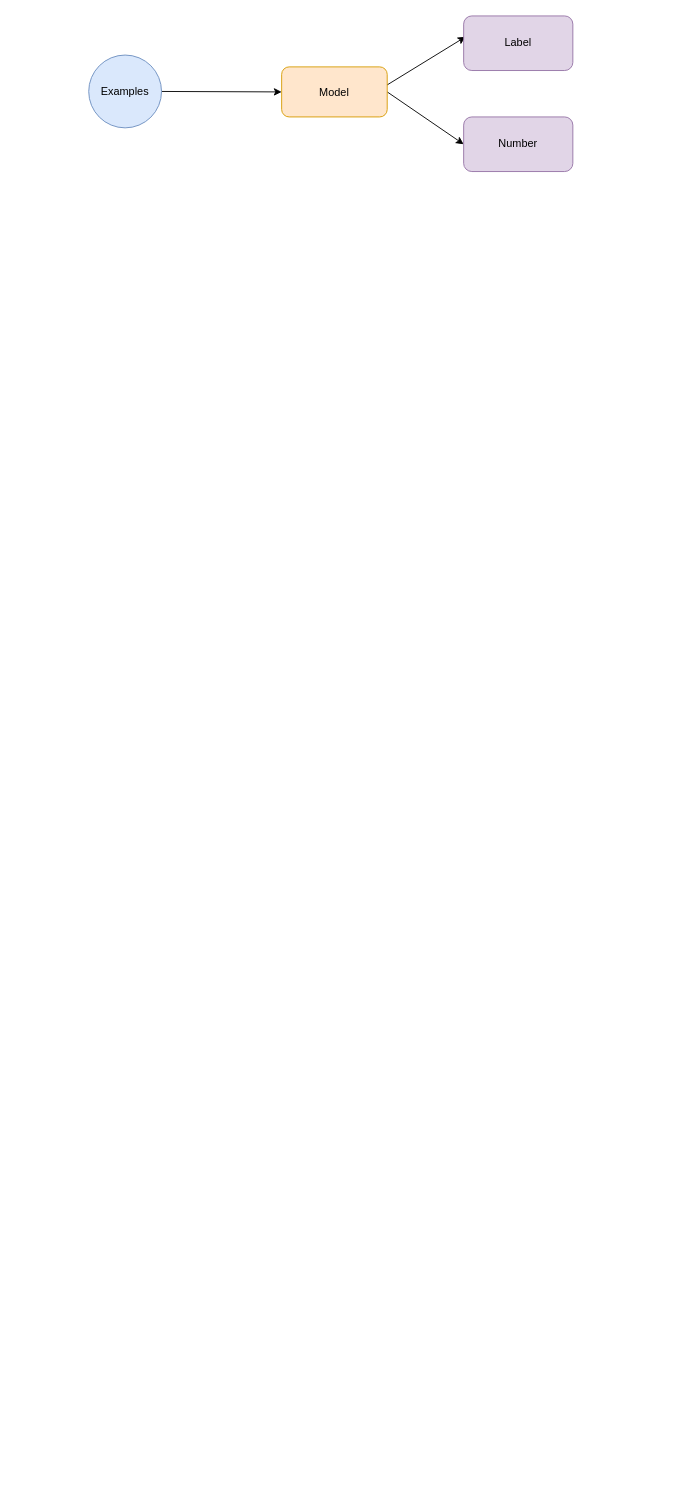
The draw.io diagram page "Page-6" (6 of 6) of Presentation.drawio in ashkrit/sketch, before the edit. Source tidied: cells renumbered, new cells numbered last; positions are measured from the earlier drawing's top-left corner, leaving out a move shared by most shapes. Both pictures are drawn from the tidied source at 91%, with x=0, y=0 at pixel (88, 15).
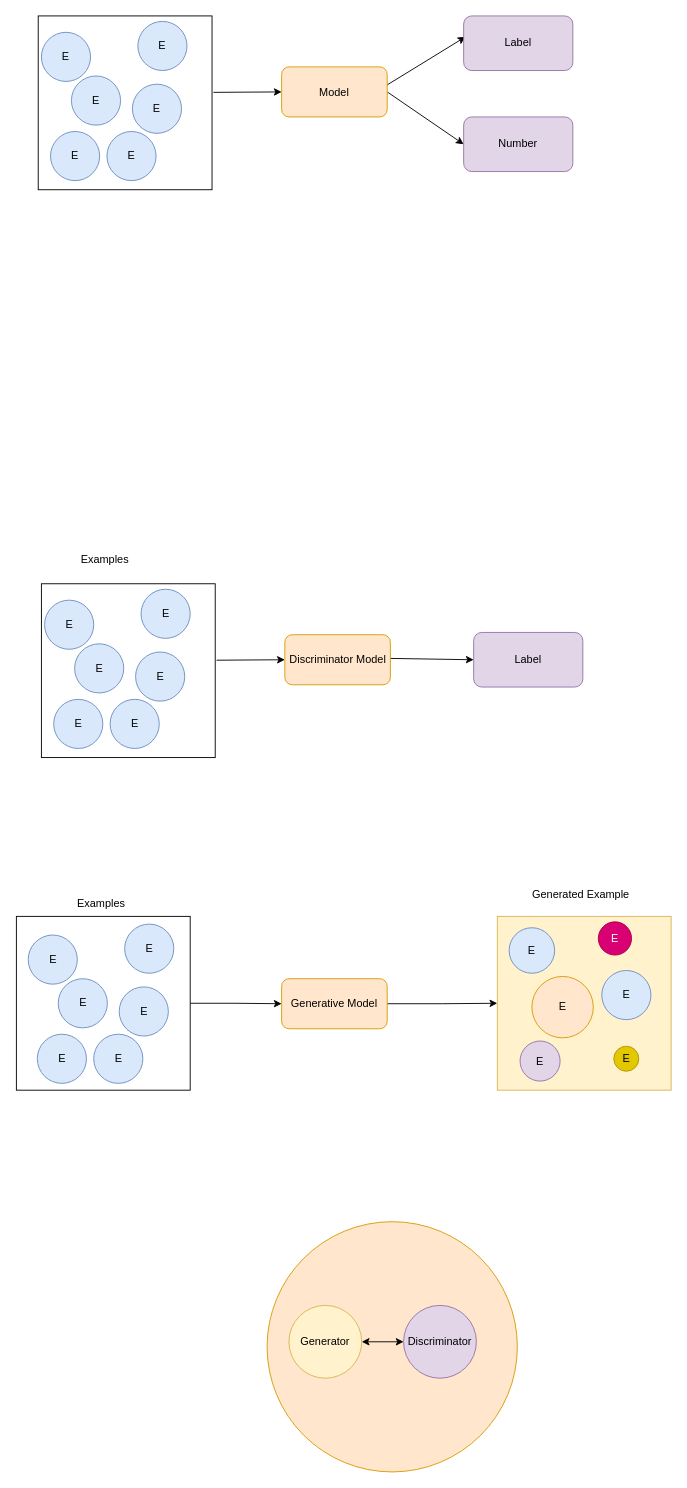
The same page after the edit.

Unchanged cells that the change refers to:
```xml
<mxCell id="4" value="Model" style="rounded=1;whiteSpace=wrap;html=1;fillColor=#ffe6cc;strokeColor=#d79b00;" parent="1" vertex="1">
  <mxGeometry x="212" y="56" width="116" height="55" as="geometry" />
</mxCell>
```

Change to the diagram source:
```diff
@@
+    <mxCell id="9" style="whiteSpace=wrap;html=1;" parent="1" vertex="1">
+      <mxGeometry x="-55.5" width="191" height="191" as="geometry" />
+    </mxCell>
@@
-    <mxCell id="5" style="rounded=0;jettySize=auto;html=1;entryX=0;entryY=0.5;entryDx=0;entryDy=0;" parent="1" edge="1" source="6" target="4">
-      <mxGeometry relative="1" as="geometry" />
+    <mxCell id="5" style="rounded=0;jettySize=auto;html=1;entryX=0;entryY=0.5;entryDx=0;entryDy=0;" parent="1" edge="1" target="4">
+      <mxGeometry relative="1" as="geometry">
+        <mxPoint x="137" y="84" as="sourcePoint" />
+      </mxGeometry>
     </mxCell>
-    <mxCell id="6" value="Examples" style="ellipse;whiteSpace=wrap;html=1;fillColor=#dae8fc;strokeColor=#6c8ebf;" parent="1" vertex="1">
-      <mxGeometry y="43" width="80" height="80" as="geometry" />
+    <mxCell id="6" value="E" style="ellipse;whiteSpace=wrap;html=1;fillColor=#dae8fc;strokeColor=#6c8ebf;" parent="1" vertex="1">
+      <mxGeometry x="-19" y="66" width="54" height="54" as="geometry" />
     </mxCell>
@@
+    <mxCell id="10" value="E" style="ellipse;whiteSpace=wrap;html=1;fillColor=#dae8fc;strokeColor=#6c8ebf;" parent="1" vertex="1">
+      <mxGeometry x="54" y="6" width="54" height="54" as="geometry" />
+    </mxCell>
+    <mxCell id="11" value="E" style="ellipse;whiteSpace=wrap;html=1;fillColor=#dae8fc;strokeColor=#6c8ebf;" parent="1" vertex="1">
+      <mxGeometry x="48" y="75" width="54" height="54" as="geometry" />
+    </mxCell>
+    <mxCell id="12" value="E" style="ellipse;whiteSpace=wrap;html=1;fillColor=#dae8fc;strokeColor=#6c8ebf;" parent="1" vertex="1">
+      <mxGeometry x="-52" y="18" width="54" height="54" as="geometry" />
+    </mxCell>
+    <mxCell id="13" value="E" style="ellipse;whiteSpace=wrap;html=1;fillColor=#dae8fc;strokeColor=#6c8ebf;" parent="1" vertex="1">
+      <mxGeometry x="20" y="127" width="54" height="54" as="geometry" />
+    </mxCell>
+    <mxCell id="14" value="E" style="ellipse;whiteSpace=wrap;html=1;fillColor=#dae8fc;strokeColor=#6c8ebf;" parent="1" vertex="1">
+      <mxGeometry x="-42" y="127" width="54" height="54" as="geometry" />
+    </mxCell>
+    <mxCell id="15" style="whiteSpace=wrap;html=1;" parent="1" vertex="1">
+      <mxGeometry x="-52" y="624" width="191" height="191" as="geometry" />
+    </mxCell>
+    <mxCell id="16" style="rounded=0;jettySize=auto;html=1;entryX=0;entryY=0.5;entryDx=0;entryDy=0;exitX=0.983;exitY=0.382;exitDx=0;exitDy=0;exitPerimeter=0;" parent="1" edge="1" target="20">
+      <mxGeometry relative="1" as="geometry">
+        <mxPoint x="329.5" y="706" as="sourcePoint" />
+      </mxGeometry>
+    </mxCell>
+    <mxCell id="17" value="Discriminator Model" style="rounded=1;whiteSpace=wrap;html=1;fillColor=#ffe6cc;strokeColor=#d79b00;" parent="1" vertex="1">
+      <mxGeometry x="215.5" y="680" width="116" height="55" as="geometry" />
+    </mxCell>
+    <mxCell id="18" style="rounded=0;jettySize=auto;html=1;entryX=0;entryY=0.5;entryDx=0;entryDy=0;" parent="1" edge="1" target="17">
+      <mxGeometry relative="1" as="geometry">
+        <mxPoint x="140.5" y="708" as="sourcePoint" />
+      </mxGeometry>
+    </mxCell>
+    <mxCell id="19" value="E" style="ellipse;whiteSpace=wrap;html=1;fillColor=#dae8fc;strokeColor=#6c8ebf;" parent="1" vertex="1">
+      <mxGeometry x="-15.5" y="690" width="54" height="54" as="geometry" />
+    </mxCell>
+    <mxCell id="20" value="Label" style="rounded=1;whiteSpace=wrap;html=1;fillColor=#e1d5e7;strokeColor=#9673a6;" parent="1" vertex="1">
+      <mxGeometry x="423" y="677.5" width="120" height="60" as="geometry" />
+    </mxCell>
+    <mxCell id="21" value="E" style="ellipse;whiteSpace=wrap;html=1;fillColor=#dae8fc;strokeColor=#6c8ebf;" parent="1" vertex="1">
+      <mxGeometry x="57.5" y="630" width="54" height="54" as="geometry" />
+    </mxCell>
+    <mxCell id="22" value="E" style="ellipse;whiteSpace=wrap;html=1;fillColor=#dae8fc;strokeColor=#6c8ebf;" parent="1" vertex="1">
+      <mxGeometry x="51.5" y="699" width="54" height="54" as="geometry" />
+    </mxCell>
+    <mxCell id="23" value="E" style="ellipse;whiteSpace=wrap;html=1;fillColor=#dae8fc;strokeColor=#6c8ebf;" parent="1" vertex="1">
+      <mxGeometry x="-48.5" y="642" width="54" height="54" as="geometry" />
+    </mxCell>
+    <mxCell id="24" value="E" style="ellipse;whiteSpace=wrap;html=1;fillColor=#dae8fc;strokeColor=#6c8ebf;" parent="1" vertex="1">
+      <mxGeometry x="23.5" y="751" width="54" height="54" as="geometry" />
+    </mxCell>
+    <mxCell id="25" value="E" style="ellipse;whiteSpace=wrap;html=1;fillColor=#dae8fc;strokeColor=#6c8ebf;" parent="1" vertex="1">
+      <mxGeometry x="-38.5" y="751" width="54" height="54" as="geometry" />
+    </mxCell>
+    <mxCell id="26" style="edgeStyle=orthogonalEdgeStyle;rounded=0;jettySize=auto;html=1;entryX=0;entryY=0.5;entryDx=0;entryDy=0;" parent="1" edge="1" source="27" target="36">
+      <mxGeometry relative="1" as="geometry" />
+    </mxCell>
+    <mxCell id="27" value="Generative Model" style="rounded=1;whiteSpace=wrap;html=1;fillColor=#ffe6cc;strokeColor=#d79b00;" parent="1" vertex="1">
+      <mxGeometry x="212" y="1058" width="116" height="55" as="geometry" />
+    </mxCell>
+    <mxCell id="28" style="edgeStyle=orthogonalEdgeStyle;rounded=0;jettySize=auto;html=1;entryX=0;entryY=0.5;entryDx=0;entryDy=0;" parent="1" edge="1" source="29" target="27">
+      <mxGeometry relative="1" as="geometry" />
+    </mxCell>
+    <mxCell id="29" style="whiteSpace=wrap;html=1;" parent="1" vertex="1">
+      <mxGeometry x="-79.5" y="989.5" width="191" height="191" as="geometry" />
+    </mxCell>
+    <mxCell id="30" value="E" style="ellipse;whiteSpace=wrap;html=1;fillColor=#dae8fc;strokeColor=#6c8ebf;" parent="1" vertex="1">
+      <mxGeometry x="-33.5" y="1058" width="54" height="54" as="geometry" />
+    </mxCell>
+    <mxCell id="31" value="E" style="ellipse;whiteSpace=wrap;html=1;fillColor=#dae8fc;strokeColor=#6c8ebf;" parent="1" vertex="1">
+      <mxGeometry x="39.5" y="998" width="54" height="54" as="geometry" />
+    </mxCell>
+    <mxCell id="32" value="E" style="ellipse;whiteSpace=wrap;html=1;fillColor=#dae8fc;strokeColor=#6c8ebf;" parent="1" vertex="1">
+      <mxGeometry x="33.5" y="1067" width="54" height="54" as="geometry" />
+    </mxCell>
+    <mxCell id="33" value="E" style="ellipse;whiteSpace=wrap;html=1;fillColor=#dae8fc;strokeColor=#6c8ebf;" parent="1" vertex="1">
+      <mxGeometry x="-66.5" y="1010" width="54" height="54" as="geometry" />
+    </mxCell>
+    <mxCell id="34" value="E" style="ellipse;whiteSpace=wrap;html=1;fillColor=#dae8fc;strokeColor=#6c8ebf;" parent="1" vertex="1">
+      <mxGeometry x="5.5" y="1119" width="54" height="54" as="geometry" />
+    </mxCell>
+    <mxCell id="35" value="E" style="ellipse;whiteSpace=wrap;html=1;fillColor=#dae8fc;strokeColor=#6c8ebf;" parent="1" vertex="1">
+      <mxGeometry x="-56.5" y="1119" width="54" height="54" as="geometry" />
+    </mxCell>
+    <mxCell id="36" style="whiteSpace=wrap;html=1;fillColor=#fff2cc;strokeColor=#d6b656;" parent="1" vertex="1">
+      <mxGeometry x="449" y="989.5" width="191" height="191" as="geometry" />
+    </mxCell>
+    <mxCell id="37" value="E" style="ellipse;whiteSpace=wrap;html=1;fillColor=#ffe6cc;strokeColor=#d79b00;" parent="1" vertex="1">
+      <mxGeometry x="487" y="1055.5" width="67.5" height="67.5" as="geometry" />
+    </mxCell>
+    <mxCell id="38" value="E" style="ellipse;whiteSpace=wrap;html=1;fillColor=#d80073;strokeColor=#A50040;fontColor=#ffffff;" parent="1" vertex="1">
+      <mxGeometry x="560" y="995.5" width="36.5" height="36.5" as="geometry" />
+    </mxCell>
+    <mxCell id="39" value="E" style="ellipse;whiteSpace=wrap;html=1;fillColor=#dae8fc;strokeColor=#6c8ebf;" parent="1" vertex="1">
+      <mxGeometry x="563.8" y="1049" width="54" height="54" as="geometry" />
+    </mxCell>
+    <mxCell id="40" value="E" style="ellipse;whiteSpace=wrap;html=1;fillColor=#dae8fc;strokeColor=#6c8ebf;" parent="1" vertex="1">
+      <mxGeometry x="462" y="1002" width="50" height="50" as="geometry" />
+    </mxCell>
+    <mxCell id="41" value="E" style="ellipse;whiteSpace=wrap;html=1;fillColor=#e3c800;strokeColor=#B09500;fontColor=#000000;" parent="1" vertex="1">
+      <mxGeometry x="577" y="1132.2" width="27.5" height="27.5" as="geometry" />
+    </mxCell>
+    <mxCell id="42" value="E" style="ellipse;whiteSpace=wrap;html=1;fillColor=#e1d5e7;strokeColor=#9673a6;" parent="1" vertex="1">
+      <mxGeometry x="474" y="1126.5" width="44" height="44" as="geometry" />
+    </mxCell>
+    <mxCell id="43" value="Examples" style="text;html=1;strokeColor=none;fillColor=none;align=center;verticalAlign=middle;whiteSpace=wrap;rounded=0;" parent="1" vertex="1">
+      <mxGeometry x="-12" y="583" width="60" height="30" as="geometry" />
+    </mxCell>
+    <mxCell id="44" value="Generated Example" style="text;html=1;strokeColor=none;fillColor=none;align=center;verticalAlign=middle;whiteSpace=wrap;rounded=0;" parent="1" vertex="1">
+      <mxGeometry x="481" y="951" width="120" height="30" as="geometry" />
+    </mxCell>
+    <mxCell id="45" value="Examples" style="text;html=1;strokeColor=none;fillColor=none;align=center;verticalAlign=middle;whiteSpace=wrap;rounded=0;" parent="1" vertex="1">
+      <mxGeometry x="-16.5" y="961" width="60" height="30" as="geometry" />
+    </mxCell>
+    <mxCell id="46" style="ellipse;whiteSpace=wrap;html=1;fillColor=#ffe6cc;strokeColor=#d79b00;" parent="1" vertex="1">
+      <mxGeometry x="196" y="1325" width="275" height="275" as="geometry" />
+    </mxCell>
+    <mxCell id="47" style="edgeStyle=orthogonalEdgeStyle;rounded=0;jettySize=auto;html=1;entryX=0;entryY=0.5;entryDx=0;entryDy=0;startArrow=classic;startFill=1;" parent="1" edge="1" source="48" target="49">
+      <mxGeometry relative="1" as="geometry" />
+    </mxCell>
+    <mxCell id="48" value="Generator" style="ellipse;whiteSpace=wrap;html=1;fillColor=#fff2cc;strokeColor=#d6b656;" parent="1" vertex="1">
+      <mxGeometry x="220" y="1417" width="80" height="80" as="geometry" />
+    </mxCell>
+    <mxCell id="49" value="Discriminator" style="ellipse;whiteSpace=wrap;html=1;fillColor=#e1d5e7;strokeColor=#9673a6;" parent="1" vertex="1">
+      <mxGeometry x="346" y="1417" width="80" height="80" as="geometry" />
+    </mxCell>
```
